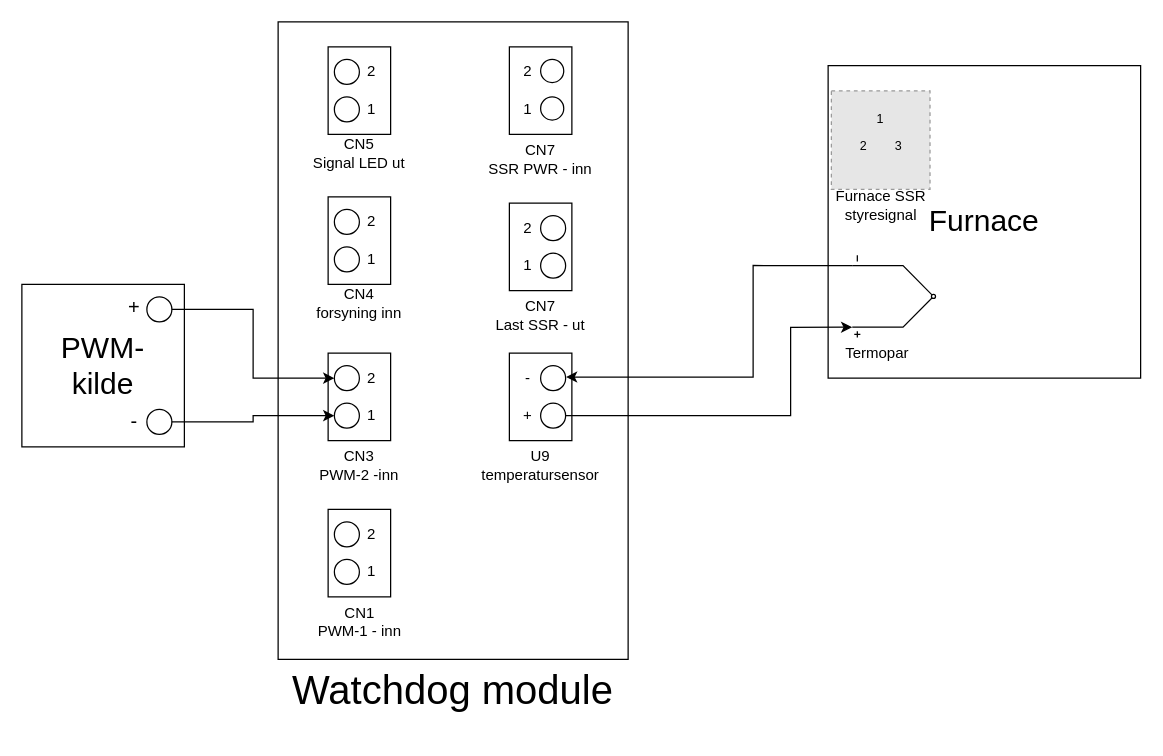
Earlier version of the draw.io diagram Official documentation/Misc files/Diagrams/Programmable furnace block diagram.drawio.xml (CyrusAlexanderBarrett-Hammer/Programmable-furnace). Source tidied: cells renumbered, new cells numbered last; positions are measured from the earlier drawing's top-left corner, leaving out a move shared by most shapes. Both pictures are drawn from the tidied source at 125%, with x=0, y=0 at pixel (21, 21). Pictures stored in the file or linked from it are replaced by grey dashed boxes.
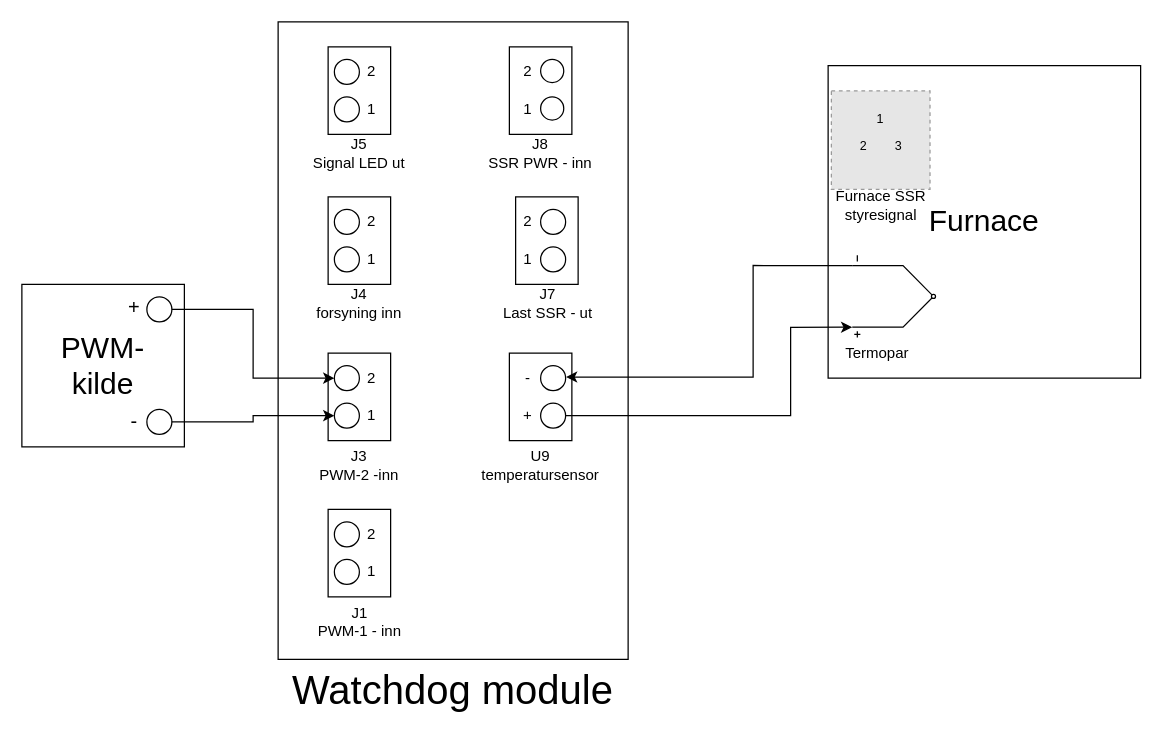
The same page after the edit.

Change to the diagram source:
```diff
@@
     <mxCell id="32" style="group;" parent="1" vertex="1">
-      <mxGeometry x="390" y="145" width="50" height="70" as="geometry" />
+      <mxGeometry x="390" y="140" width="50" height="70" as="geometry" />
     </mxCell>
     <mxCell id="33" style="rounded=0;whiteSpace=wrap;html=1;" parent="32" vertex="1">
-      <mxGeometry width="50" height="70" as="geometry" />
+      <mxGeometry x="5" width="50" height="70" as="geometry" />
     </mxCell>
@@
-    <mxCell id="44" value="CN1&lt;div&gt;&lt;span style=&quot;background-color: transparent; color: light-dark(rgb(0, 0, 0), rgb(255, 255, 255));&quot;&gt;PWM-1 - inn&lt;/span&gt;&lt;/div&gt;" style="text;html=1;align=center;verticalAlign=middle;whiteSpace=wrap;rounded=0;" parent="1" vertex="1">
+    <mxCell id="44" value="J1&lt;div&gt;&lt;span style=&quot;background-color: transparent; color: light-dark(rgb(0, 0, 0), rgb(255, 255, 255));&quot;&gt;PWM-1 - inn&lt;/span&gt;&lt;/div&gt;" style="text;html=1;align=center;verticalAlign=middle;whiteSpace=wrap;rounded=0;" parent="1" vertex="1">
       <mxGeometry x="212.5" y="465" width="115" height="30" as="geometry" />
     </mxCell>
-    <mxCell id="45" value="CN3&lt;div&gt;&lt;span style=&quot;background-color: transparent; color: light-dark(rgb(0, 0, 0), rgb(255, 255, 255));&quot;&gt;PWM-2 -inn&lt;/span&gt;&lt;/div&gt;" style="text;html=1;align=center;verticalAlign=middle;whiteSpace=wrap;rounded=0;" parent="1" vertex="1">
+    <mxCell id="45" value="J3&lt;div&gt;&lt;span style=&quot;background-color: transparent; color: light-dark(rgb(0, 0, 0), rgb(255, 255, 255));&quot;&gt;PWM-2 -inn&lt;/span&gt;&lt;/div&gt;" style="text;html=1;align=center;verticalAlign=middle;whiteSpace=wrap;rounded=0;" parent="1" vertex="1">
       <mxGeometry x="210" y="340" width="120" height="30" as="geometry" />
     </mxCell>
-    <mxCell id="46" value="CN4&lt;div&gt;forsyning inn&lt;/div&gt;" style="text;html=1;align=center;verticalAlign=middle;whiteSpace=wrap;rounded=0;" parent="1" vertex="1">
+    <mxCell id="46" value="J4&lt;br&gt;&lt;div&gt;forsyning inn&lt;/div&gt;" style="text;html=1;align=center;verticalAlign=middle;whiteSpace=wrap;rounded=0;" parent="1" vertex="1">
       <mxGeometry x="225" y="210" width="90" height="30" as="geometry" />
     </mxCell>
-    <mxCell id="47" value="CN5&lt;div&gt;Signal LED ut&lt;/div&gt;" style="text;html=1;align=center;verticalAlign=middle;whiteSpace=wrap;rounded=0;" parent="1" vertex="1">
+    <mxCell id="47" value="J5&lt;div&gt;Signal LED ut&lt;/div&gt;" style="text;html=1;align=center;verticalAlign=middle;whiteSpace=wrap;rounded=0;" parent="1" vertex="1">
       <mxGeometry x="225" y="90" width="90" height="30" as="geometry" />
     </mxCell>
-    <mxCell id="48" value="CN7&lt;div&gt;Last SSR - ut&lt;/div&gt;" style="text;html=1;align=center;verticalAlign=middle;whiteSpace=wrap;rounded=0;" parent="1" vertex="1">
-      <mxGeometry x="370" y="225" width="90" height="20" as="geometry" />
+    <mxCell id="48" value="J7&lt;div&gt;Last SSR - ut&lt;/div&gt;" style="text;html=1;align=center;verticalAlign=middle;whiteSpace=wrap;rounded=0;" parent="1" vertex="1">
+      <mxGeometry x="376" y="215" width="90" height="20" as="geometry" />
     </mxCell>
@@
-    <mxCell id="50" value="CN7&lt;div&gt;SSR PWR - inn&lt;/div&gt;" style="text;html=1;align=center;verticalAlign=middle;whiteSpace=wrap;rounded=0;" parent="1" vertex="1">
-      <mxGeometry x="370" y="95" width="90" height="30" as="geometry" />
+    <mxCell id="50" value="J8&lt;div&gt;SSR PWR - inn&lt;/div&gt;" style="text;html=1;align=center;verticalAlign=middle;whiteSpace=wrap;rounded=0;" parent="1" vertex="1">
+      <mxGeometry x="370" y="90" width="90" height="30" as="geometry" />
     </mxCell>
```
